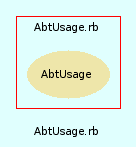
Before: src/trunk/doc/dot/f_8.png, a diagram exported from Graphviz (eschabell/abtlinux). Its source is kept beside it as src/trunk/doc/dot/f_8.dot.
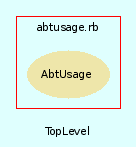
Later version of the same file.

What changed in the source:
```diff
@@ -3,7 +3,7 @@
     bgcolor = lightcyan1
     fontname = Arial
     fontsize = 8
-    label = "AbtUsage.rb"
+    label = "TopLevel"
     node [
         fontname = Arial,
         fontsize = 8,
@@ -13,7 +13,7 @@
     subgraph cluster_9 {
         fontname = Arial
         color = red
-        label = "AbtUsage.rb"
+        label = "abtusage.rb"
         AbtUsage [
             fontcolor = black,
             URL = "classes/AbtUsage.html",
```
